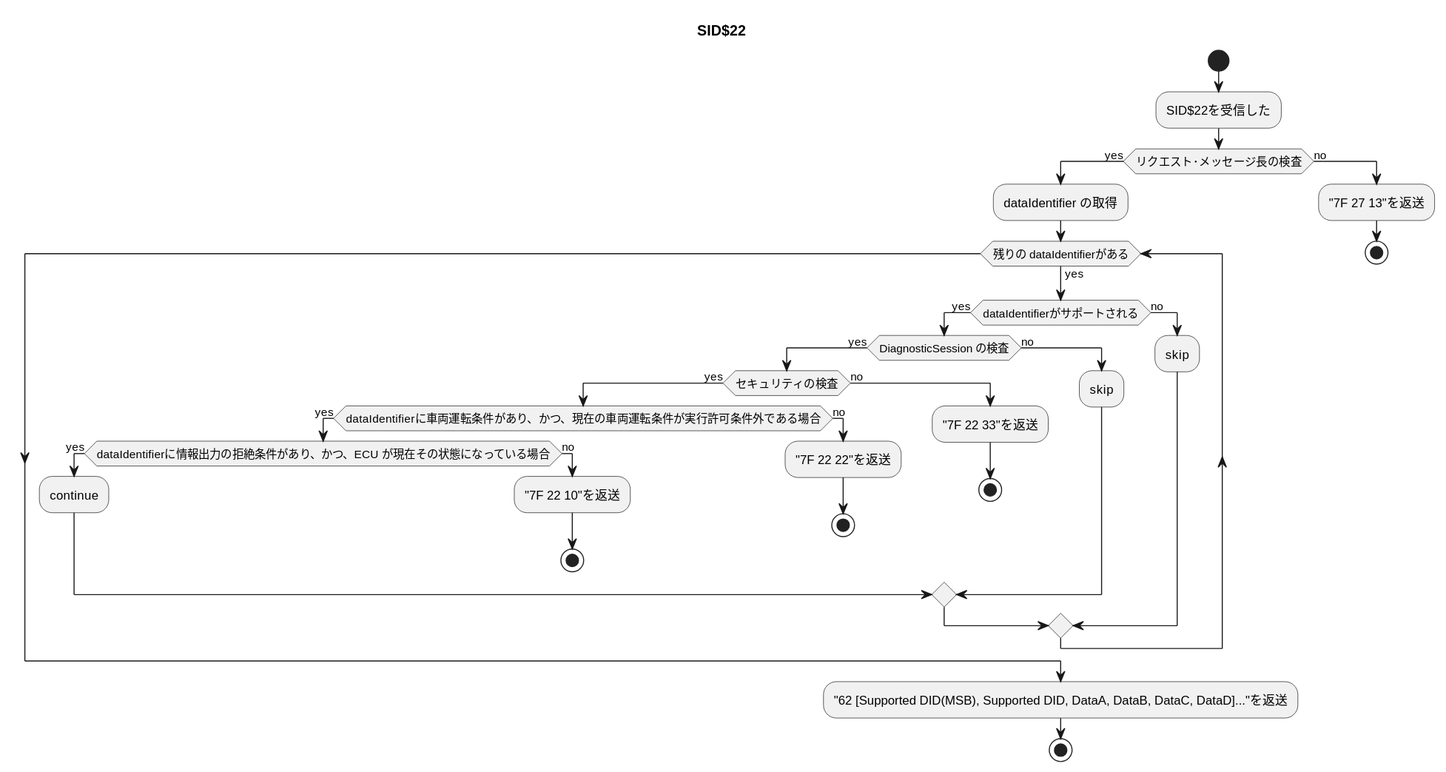
The PlantUML diagram out/UML/SID_0x22/SID$22.svg in JiaxiaoH/ecu-simulator, before a commit.
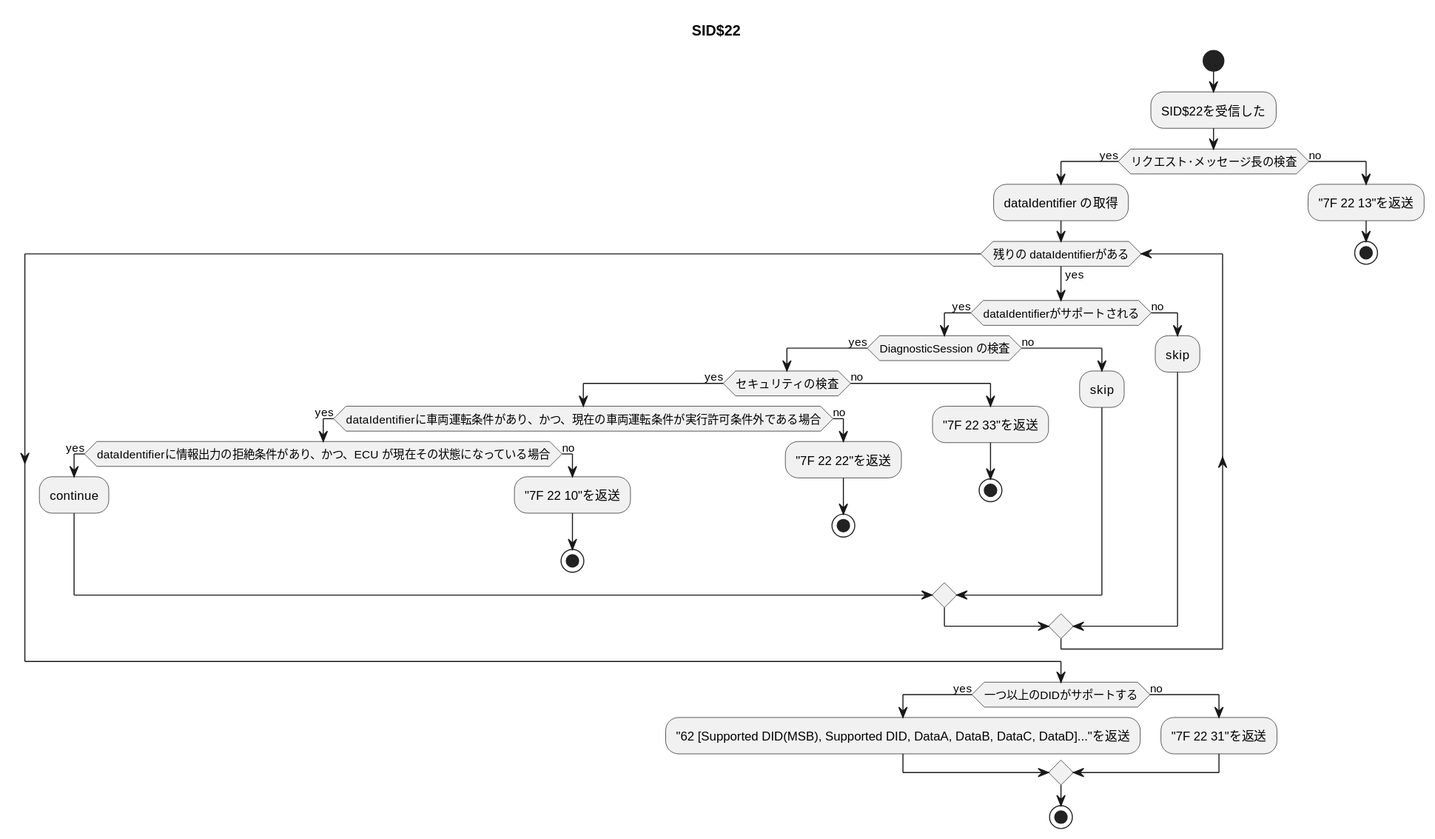
The same diagram one commit later.

Change to the diagram source:
```diff
@@ -30,10 +30,14 @@
             :skip;
         endif
     endwhile
-    :"62 [Supported DID(MSB), Supported DID, DataA, DataB, DataC, DataD]..."を返送;
+    if(一つ以上のDIDがサポートする) then (yes)
+        :"62 [Supported DID(MSB), Supported DID, DataA, DataB, DataC, DataD]..."を返送;
+    else(no)
+        :"7F 22 31"を返送;
+    endif
     stop
 else(no)
-    :"7F 27 13"を返送;
+    :"7F 22 13"を返送;
     stop
 endif
 @enduml
```
